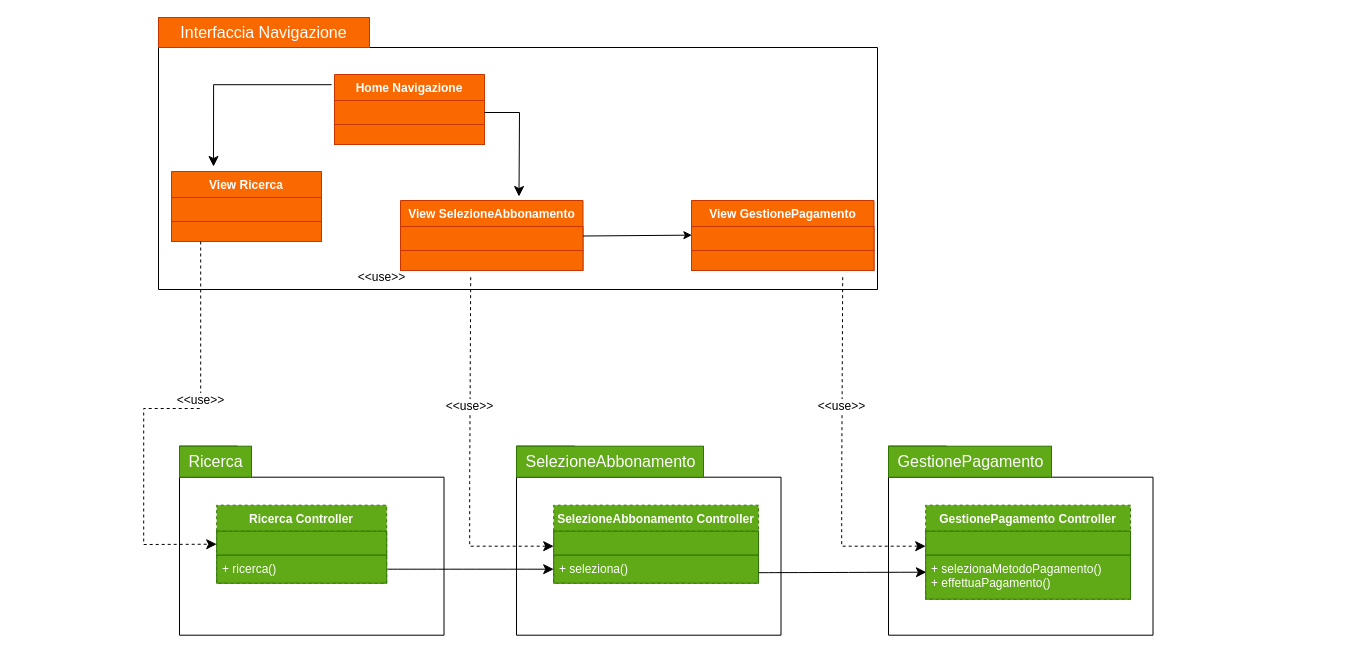
Earlier version of the draw.io diagram Diagrammi_Package/Classi/ricerca.drawio (JosephBoom02/Progetto_Ingegneria_del_Software). Source tidied: cells renumbered, new cells numbered last; positions are measured from the earlier drawing's top-left corner, leaving out a move shared by most shapes. Both pictures are drawn from the tidied source at 100%, with x=0, y=0 at pixel (26, 17).
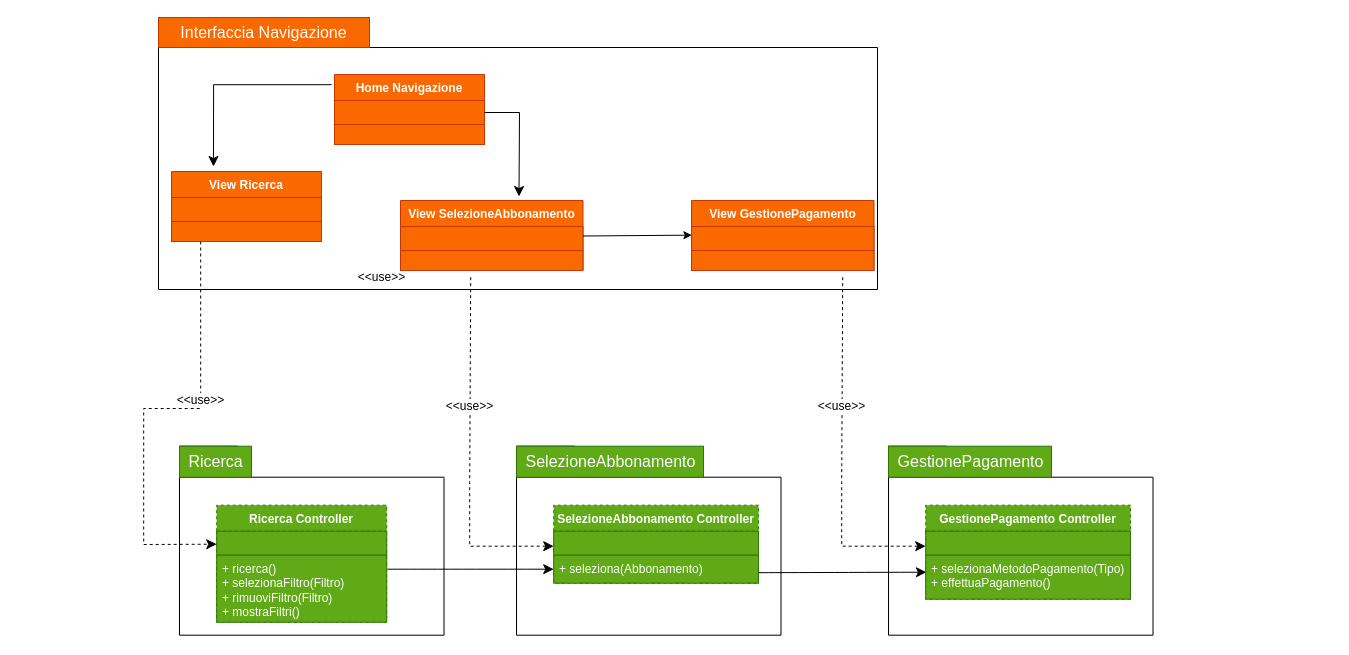
The same diagram, later.

Unchanged cells that the change refers to:
```xml
<mxCell id="12" value="SelezioneAbbonamento Controller" style="swimlane;fontStyle=1;align=center;verticalAlign=top;horizontal=1;startSize=26;whiteSpace=wrap;html=1;fillColor=#60a917;fontColor=#ffffff;strokeColor=#2D7600;dashed=1;" parent="1" vertex="1">
  <mxGeometry x="527.2" y="487.7" width="204.8" height="78" as="geometry" />
</mxCell>
<mxCell id="21" value="GestionePagamento Controller" style="swimlane;fontStyle=1;align=center;verticalAlign=top;horizontal=1;startSize=26;whiteSpace=wrap;html=1;fillColor=#60a917;fontColor=#ffffff;strokeColor=#2D7600;dashed=1;" parent="1" vertex="1">
  <mxGeometry x="899.2" y="487.7" width="204.8" height="94" as="geometry" />
</mxCell>
```

What changed in the source:
```diff
@@
     <mxCell id="5" value="Ricerca Controller" style="swimlane;fontStyle=1;align=center;verticalAlign=top;horizontal=1;startSize=26;whiteSpace=wrap;html=1;fillColor=#60a917;fontColor=#ffffff;strokeColor=#2D7600;dashed=1;" parent="1" vertex="1">
-      <mxGeometry x="190.2" y="487.7" width="170" height="78" as="geometry" />
+      <mxGeometry x="190.2" y="487.7" width="170" height="117" as="geometry" />
     </mxCell>
@@
-    <mxCell id="8" value="+ ricerca()" style="text;strokeColor=#2D7600;fillColor=#60a917;align=left;verticalAlign=top;spacingLeft=4;spacingRight=4;overflow=hidden;whiteSpace=wrap;html=1;fontColor=#ffffff;" parent="5" vertex="1">
-      <mxGeometry y="50" width="170" height="28" as="geometry" />
+    <mxCell id="8" value="&lt;div&gt;+ ricerca()&lt;/div&gt;&lt;div&gt;+ selezionaFiltro(Filtro)&lt;/div&gt;&lt;div&gt;+ rimuoviFiltro(Filtro)&lt;br&gt;&lt;/div&gt;&lt;div&gt;+ mostraFiltri()&lt;br&gt;&lt;/div&gt;" style="text;strokeColor=#2D7600;fillColor=#60a917;align=left;verticalAlign=top;spacingLeft=4;spacingRight=4;overflow=hidden;whiteSpace=wrap;html=1;fontColor=#ffffff;" parent="5" vertex="1">
+      <mxGeometry y="50" width="170" height="67" as="geometry" />
     </mxCell>
@@
-    <mxCell id="15" value="+ seleziona()" style="text;strokeColor=#2D7600;fillColor=#60a917;align=left;verticalAlign=top;spacingLeft=4;spacingRight=4;overflow=hidden;points=[[0,0.5],[1,0.5]];portConstraint=eastwest;whiteSpace=wrap;html=1;fontColor=#ffffff;" parent="12" vertex="1">
+    <mxCell id="15" value="+ seleziona(Abbonamento)" style="text;strokeColor=#2D7600;fillColor=#60a917;align=left;verticalAlign=top;spacingLeft=4;spacingRight=4;overflow=hidden;points=[[0,0.5],[1,0.5]];portConstraint=eastwest;whiteSpace=wrap;html=1;fontColor=#ffffff;" parent="12" vertex="1">
       <mxGeometry y="50" width="204.8" height="28" as="geometry" />
     </mxCell>
@@
-    <mxCell id="24" value="&lt;div&gt;+ selezionaMetodoPagamento()&lt;/div&gt;&lt;div&gt;+ effettuaPagamento()&lt;br&gt;&lt;/div&gt;" style="text;strokeColor=#2D7600;fillColor=#60a917;align=left;verticalAlign=top;spacingLeft=4;spacingRight=4;overflow=hidden;whiteSpace=wrap;html=1;fontColor=#ffffff;" parent="21" vertex="1">
+    <mxCell id="24" value="&lt;div&gt;+ selezionaMetodoPagamento(Tipo)&lt;/div&gt;&lt;div&gt;+ effettuaPagamento()&lt;br&gt;&lt;/div&gt;" style="text;strokeColor=#2D7600;fillColor=#60a917;align=left;verticalAlign=top;spacingLeft=4;spacingRight=4;overflow=hidden;whiteSpace=wrap;html=1;fontColor=#ffffff;" parent="21" vertex="1">
       <mxGeometry y="50" width="204.8" height="44" as="geometry" />
     </mxCell>
```
